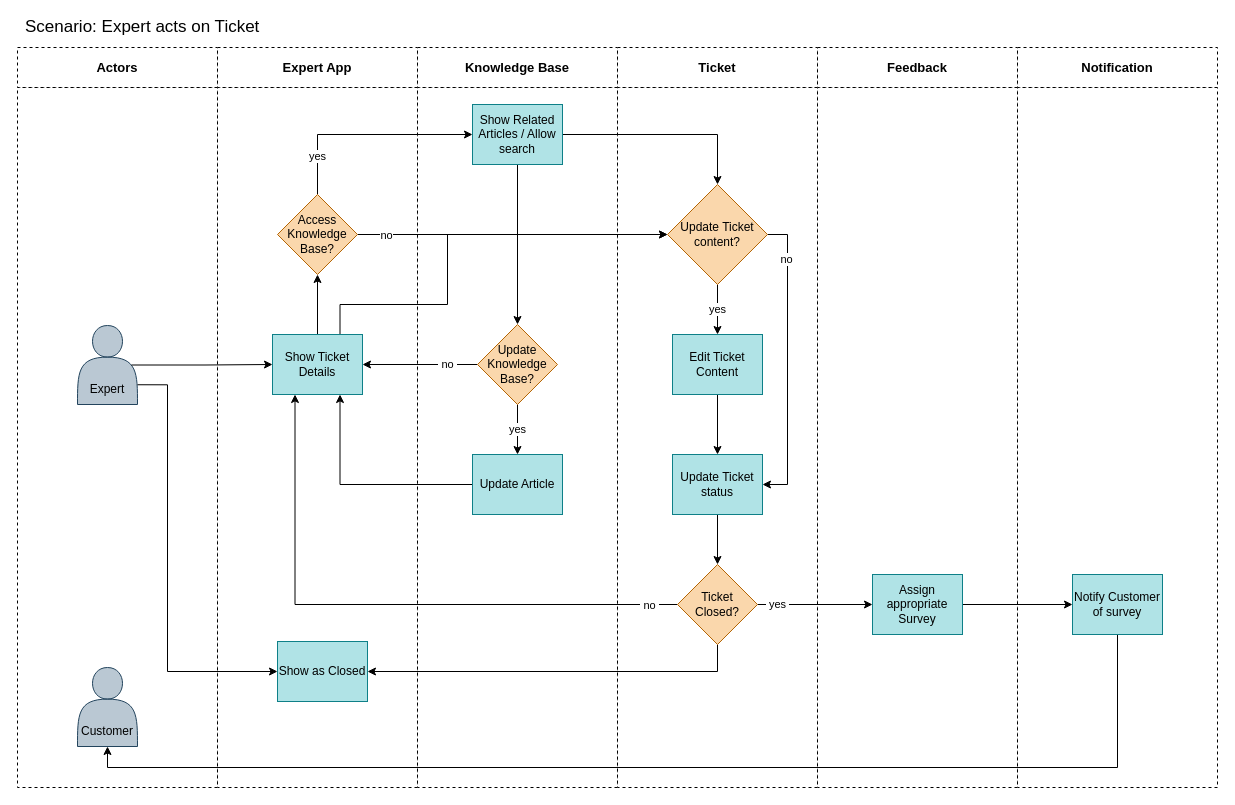
This is 3.ViewsAndPerspectives/scenarios/images/ScenarioExpertActsOnTicket.drawio from tekiegirl/TheMadKatas, a draw.io file, before an edit. Source tidied: cells renumbered, new cells numbered last; positions are measured from the earlier drawing's top-left corner, leaving out a move shared by most shapes. Both pictures are drawn from the tidied source at 100%, with x=0, y=0 at pixel (17, 17).
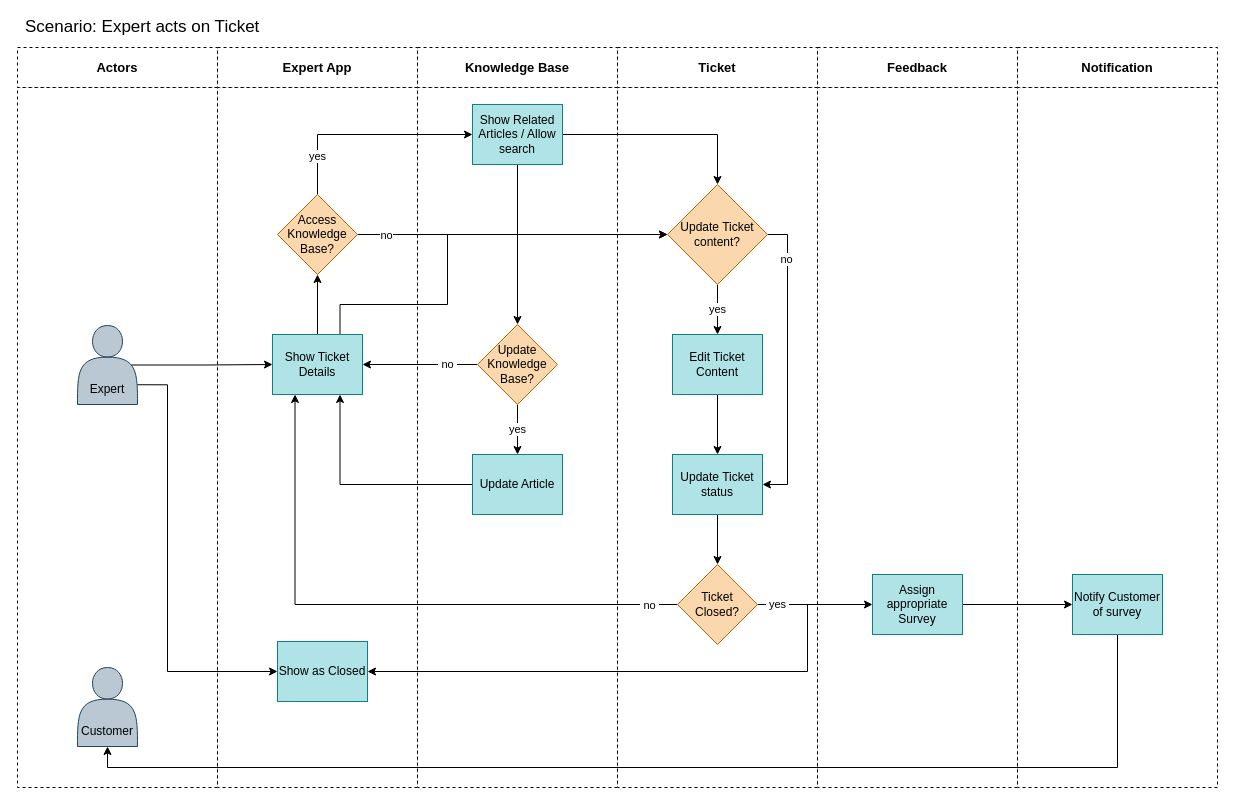
Above is the later version.

Commit message (it also covers changes not shown here):
Fix arrow in Expert Acts on Ticket diagram

The change refers to these unchanged cells:
```xml
<mxCell id="27" value="Show as Closed" style="rounded=0;whiteSpace=wrap;html=1;fillColor=#b0e3e6;strokeColor=#0e8088;" parent="1" vertex="1">
  <mxGeometry x="260" y="624" width="90" height="60" as="geometry" />
</mxCell>
<mxCell id="48" value="Ticket Closed?" style="rhombus;whiteSpace=wrap;html=1;fillColor=#fad7ac;strokeColor=#b46504;" parent="1" vertex="1">
  <mxGeometry x="660" y="547" width="80" height="80" as="geometry" />
</mxCell>
```

What changed in the source:
```diff
@@
-    <mxCell id="47" style="edgeStyle=orthogonalEdgeStyle;rounded=0;jettySize=auto;html=1;exitX=0.5;exitY=1;exitDx=0;exitDy=0;entryX=1;entryY=0.5;entryDx=0;entryDy=0;" parent="1" edge="1" source="48" target="27">
+    <mxCell id="47" style="edgeStyle=orthogonalEdgeStyle;rounded=0;jettySize=auto;html=1;entryX=1;entryY=0.5;entryDx=0;entryDy=0;" parent="1" edge="1" target="27">
       <mxGeometry relative="1" as="geometry">
+        <mxPoint x="790" y="587" as="sourcePoint" />
         <Array as="points">
-          <mxPoint x="700" y="654" />
+          <mxPoint x="790" y="654" />
         </Array>
       </mxGeometry>
     </mxCell>
```
